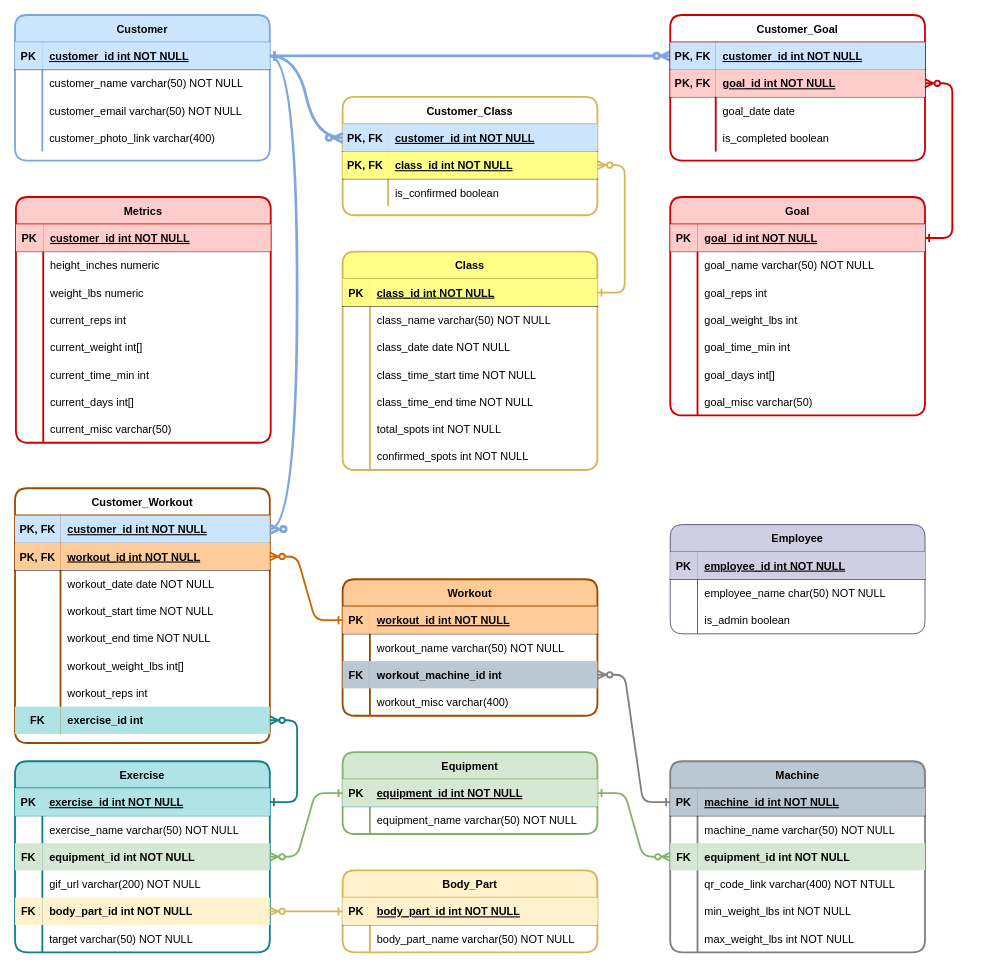
Above: WorkoutCompanion.drawio in kschuljak/kschuljak (draw.io), before the change. Source tidied: cells renumbered, new cells numbered last; positions are measured from the earlier drawing's top-left corner, leaving out a move shared by most shapes. Both pictures are drawn from the tidied source at 91%, with x=0, y=0 at pixel (15, 15).
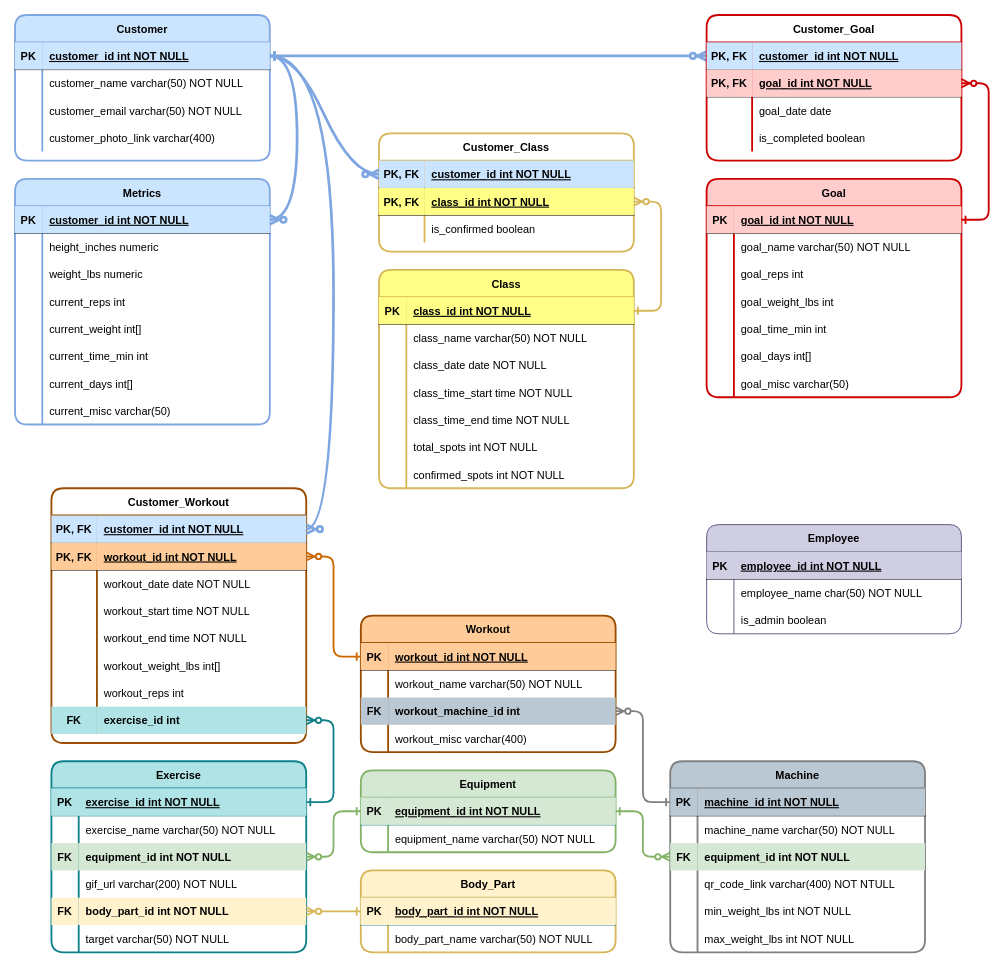
After the change.

Unchanged cells that the change refers to:
```xml
<mxCell id="39" style="shape=partialRectangle;fillColor=none;points=[[0,0.5],[1,0.5]];portConstraint=eastwest;top=0;left=0;right=0;bottom=1;" parent="38" vertex="1">
  <mxGeometry y="30" width="280" height="30" as="geometry" />
</mxCell>
<mxCell id="194" style="shape=partialRectangle;fillColor=none;points=[[0,0.5],[1,0.5]];portConstraint=eastwest;top=0;left=0;right=0;bottom=1;" parent="193" vertex="1">
  <mxGeometry y="30" width="280" height="30" as="geometry" />
</mxCell>
```

Change to the diagram source:
```diff
@@
     <mxCell id="3" value="Customer_Goal" style="shape=table;startSize=30;childLayout=tableLayout;rowLines=0;fontStyle=1;align=center;rounded=1;strokeColor=#CC0000;strokeWidth=2;" parent="1" vertex="1">
-      <mxGeometry x="720" width="280" height="160" as="geometry" />
+      <mxGeometry x="760" width="280" height="160" as="geometry" />
     </mxCell>
@@
     <mxCell id="16" value="Goal" style="shape=table;startSize=30;childLayout=tableLayout;rowLines=0;fontStyle=1;align=center;rounded=1;fillColor=#ffcccc;strokeColor=#CC0000;strokeWidth=2;" parent="1" vertex="1">
-      <mxGeometry x="720" y="200" width="280" height="240" as="geometry" />
+      <mxGeometry x="760" y="180" width="280" height="240" as="geometry" />
     </mxCell>
@@
     <mxCell id="52" value="Workout" style="shape=table;startSize=30;childLayout=tableLayout;rowLines=0;fontStyle=1;align=center;rounded=1;fillColor=#ffcc99;strokeColor=#994C00;strokeWidth=2;" parent="1" vertex="1">
-      <mxGeometry x="360" y="620" width="280" height="150" as="geometry" />
+      <mxGeometry x="380" y="660" width="280" height="150" as="geometry" />
     </mxCell>
@@
     <mxCell id="65" value="Customer_Workout" style="shape=table;startSize=30;childLayout=tableLayout;rowLines=0;fontStyle=1;align=center;rounded=1;strokeColor=#994C00;strokeWidth=2;" parent="1" vertex="1">
-      <mxGeometry y="520" width="280" height="280" as="geometry" />
+      <mxGeometry x="40" y="520" width="280" height="280" as="geometry" />
     </mxCell>
@@
     <mxCell id="92" value="Class" style="shape=table;startSize=30;childLayout=tableLayout;rowLines=0;fontStyle=1;align=center;rounded=1;fillColor=#ffff88;strokeColor=#D6B656;strokeWidth=2;" parent="1" vertex="1">
-      <mxGeometry x="360" y="260" width="280" height="240" as="geometry" />
+      <mxGeometry x="400" y="280" width="280" height="240" as="geometry" />
     </mxCell>
@@
     <mxCell id="114" value="Customer_Class" style="shape=table;startSize=30;childLayout=tableLayout;rowLines=0;fontStyle=1;align=center;rounded=1;strokeWidth=2;strokeColor=#D6B656;" parent="1" vertex="1">
-      <mxGeometry x="360" y="90" width="280" height="130" as="geometry" />
+      <mxGeometry x="400" y="130" width="280" height="130" as="geometry" />
     </mxCell>
@@
     <mxCell id="146" value="Employee" style="shape=table;startSize=30;childLayout=tableLayout;rowLines=0;fontStyle=1;align=center;rounded=1;fillColor=#d0cee2;strokeColor=#56517e;" parent="1" vertex="1">
-      <mxGeometry x="720" y="560" width="280" height="120" as="geometry" />
+      <mxGeometry x="760" y="560" width="280" height="120" as="geometry" />
     </mxCell>
@@
     <mxCell id="156" value="Exercise" style="shape=table;startSize=30;childLayout=tableLayout;rowLines=0;fontStyle=1;align=center;rounded=1;fillColor=#b0e3e6;strokeColor=#0e8088;strokeWidth=2;" parent="1" vertex="1">
-      <mxGeometry y="820" width="280" height="210" as="geometry" />
+      <mxGeometry x="40" y="820" width="280" height="210" as="geometry" />
     </mxCell>
@@
     <mxCell id="175" value="Equipment" style="shape=table;startSize=30;childLayout=tableLayout;rowLines=0;fontStyle=1;align=center;rounded=1;fillColor=#d5e8d4;strokeColor=#82B366;strokeWidth=2;" parent="1" vertex="1">
-      <mxGeometry x="360" y="810" width="280" height="90" as="geometry" />
+      <mxGeometry x="380" y="830" width="280" height="90" as="geometry" />
     </mxCell>
@@
     <mxCell id="185" value="Body_Part" style="shape=table;startSize=30;childLayout=tableLayout;rowLines=0;fontStyle=1;align=center;rounded=1;fillColor=#fff2cc;strokeColor=#D6B656;strokeWidth=2;" parent="1" vertex="1">
-      <mxGeometry x="360" y="940" width="280" height="90" as="geometry" />
+      <mxGeometry x="380" y="940" width="280" height="90" as="geometry" />
     </mxCell>
@@
-    <mxCell id="193" value="Metrics" style="shape=table;startSize=30;childLayout=tableLayout;rowLines=0;fontStyle=1;align=center;rounded=1;fillColor=#ffcccc;strokeColor=#CC0000;strokeWidth=2;" parent="1" vertex="1">
-      <mxGeometry x="1" y="200" width="280" height="270" as="geometry" />
+    <mxCell id="193" value="Metrics" style="shape=table;startSize=30;childLayout=tableLayout;rowLines=0;fontStyle=1;align=center;rounded=1;fillColor=#cce5ff;strokeColor=#7EA6E0;strokeWidth=2;" parent="1" vertex="1">
+      <mxGeometry y="180" width="280" height="270" as="geometry" />
     </mxCell>
@@
-    <mxCell id="195" value="PK" style="shape=partialRectangle;overflow=hidden;fillColor=#ffcccc;top=0;left=0;bottom=0;right=0;fontStyle=1;strokeColor=#36393d;" parent="194" vertex="1">
+    <mxCell id="195" value="PK" style="shape=partialRectangle;overflow=hidden;fillColor=#cce5ff;top=0;left=0;bottom=0;right=0;fontStyle=1;strokeColor=#7EA6E0;" parent="194" vertex="1">
       <mxGeometry width="30" height="30" as="geometry" />
     </mxCell>
-    <mxCell id="196" value="customer_id int NOT NULL " style="shape=partialRectangle;overflow=hidden;fillColor=#ffcccc;top=0;left=0;bottom=0;right=0;align=left;spacingLeft=6;fontStyle=5;strokeColor=#36393d;" parent="194" vertex="1">
+    <mxCell id="196" value="customer_id int NOT NULL " style="shape=partialRectangle;overflow=hidden;fillColor=#cce5ff;top=0;left=0;bottom=0;right=0;align=left;spacingLeft=6;fontStyle=5;strokeColor=#36393d;" parent="194" vertex="1">
       <mxGeometry x="30" width="250" height="30" as="geometry" />
     </mxCell>
@@
+    <mxCell id="218" style="edgeStyle=entityRelationEdgeStyle;endArrow=ERzeroToMany;startArrow=ERone;endFill=1;startFill=0;strokeWidth=3;fillColor=#cce5ff;strokeColor=#7EA6E0;curved=1;" parent="1" edge="1" source="39" target="194">
+      <mxGeometry relative="1" as="geometry" />
+    </mxCell>
```
